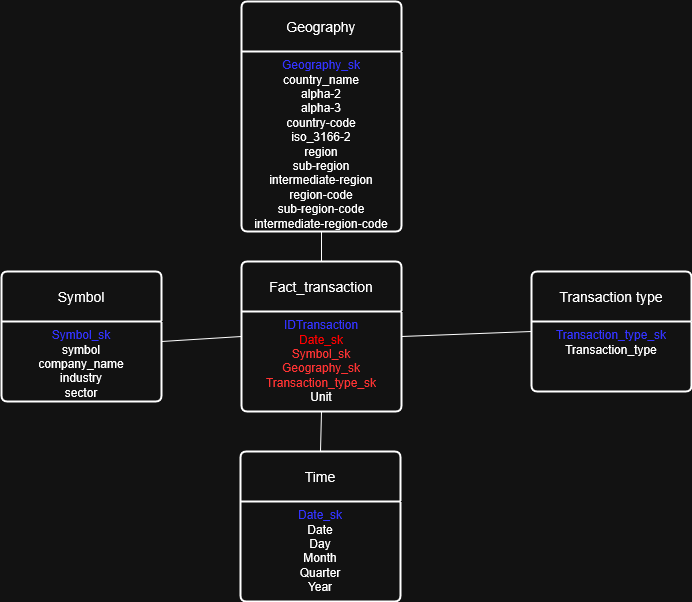
This is Homework3/Star_schema.png from andreaisaia00/Andrea-Isaia-BDA2026, a draw.io export, as it was before one commit. Source tidied: cells renumbered, new cells last; positions are measured from the earlier drawing's top-left corner, leaving out a move shared by most shapes. The source it was exported from:
```xml
<mxGraphModel>
  <root>
    <mxCell id="0" />
    <mxCell id="1" parent="0" />
    <mxCell id="2" style="edgeStyle=none;rounded=0;jettySize=auto;html=1;exitX=1;exitY=0.5;exitDx=0;exitDy=0;shape=wire;dashed=1;endArrow=none;endFill=0;" parent="1" edge="1" source="3">
      <mxGeometry relative="1" as="geometry">
        <mxPoint x="530" y="330" as="targetPoint" />
      </mxGeometry>
    </mxCell>
    <mxCell id="3" value="Fact_transaction" style="swimlane;horizontal=1;startSize=50;rounded=1;fontSize=14;fontStyle=0;strokeWidth=2;shadow=0;dashed=0;align=center;arcSize=4;whiteSpace=wrap;html=1;" parent="1" vertex="1">
      <mxGeometry x="240" y="260" width="160" height="150" as="geometry" />
    </mxCell>
    <mxCell id="4" value="&lt;div&gt;&lt;span style=&quot;color: light-dark(rgb(0, 0, 0), rgb(51, 51, 255));&quot;&gt;IDTransaction&lt;/span&gt;&lt;/div&gt;&lt;div&gt;&lt;span style=&quot;color: light-dark(rgb(0, 0, 0), rgb(255, 0, 0));&quot;&gt;Date_sk&lt;/span&gt;&lt;/div&gt;&lt;div&gt;&lt;span style=&quot;color: light-dark(transparent, rgb(255, 51, 51));&quot;&gt;Symbol_sk&lt;/span&gt;&lt;/div&gt;&lt;div&gt;&lt;span style=&quot;color: light-dark(rgb(0, 0, 0), rgb(255, 51, 51));&quot;&gt;Geography_sk&lt;/span&gt;&lt;/div&gt;&lt;div&gt;&lt;span style=&quot;color: light-dark(transparent, rgb(255, 51, 51));&quot;&gt;Transaction_type_sk&lt;/span&gt;&lt;/div&gt;&lt;div&gt;Unit&lt;/div&gt;" style="align=center;strokeColor=none;fillColor=none;spacingLeft=4;spacingRight=4;fontSize=12;verticalAlign=top;html=1;whiteSpace=wrap;" parent="3" vertex="1">
      <mxGeometry y="50" width="160" height="100" as="geometry" />
    </mxCell>
    <mxCell id="5" value="Transaction type" style="swimlane;horizontal=1;startSize=50;rounded=1;fontSize=14;fontStyle=0;strokeWidth=2;shadow=0;dashed=0;align=center;arcSize=4;whiteSpace=wrap;html=1;" parent="1" vertex="1">
      <mxGeometry x="530" y="270" width="160" height="120" as="geometry" />
    </mxCell>
    <mxCell id="6" value="&lt;div&gt;&lt;span style=&quot;color: light-dark(rgb(0, 0, 0), rgb(51, 51, 255));&quot;&gt;Transaction_type_sk&lt;/span&gt;&lt;/div&gt;&lt;div&gt;Transaction_type&lt;/div&gt;" style="align=center;strokeColor=none;fillColor=none;spacingLeft=4;spacingRight=4;fontSize=12;verticalAlign=top;html=1;whiteSpace=wrap;" parent="5" vertex="1">
      <mxGeometry y="50" width="160" height="70" as="geometry" />
    </mxCell>
    <mxCell id="7" style="edgeStyle=none;rounded=0;jettySize=auto;html=1;exitX=0.5;exitY=0;exitDx=0;exitDy=0;entryX=0.5;entryY=1;entryDx=0;entryDy=0;endArrow=none;endFill=0;" parent="1" edge="1" source="8" target="4">
      <mxGeometry relative="1" as="geometry" />
    </mxCell>
    <mxCell id="8" value="Time" style="swimlane;horizontal=1;startSize=50;rounded=1;fontSize=14;fontStyle=0;strokeWidth=2;shadow=0;dashed=0;align=center;arcSize=4;whiteSpace=wrap;html=1;" parent="1" vertex="1">
      <mxGeometry x="239" y="450" width="160" height="150" as="geometry" />
    </mxCell>
    <mxCell id="9" value="&lt;div align=&quot;center&quot;&gt;&lt;span style=&quot;color: light-dark(rgb(0, 0, 0), rgb(51, 51, 255));&quot;&gt;Date_sk&lt;/span&gt;&lt;/div&gt;&lt;div align=&quot;center&quot;&gt;Date&lt;/div&gt;&lt;div align=&quot;center&quot;&gt;Day&lt;/div&gt;&lt;div align=&quot;center&quot;&gt;Month&lt;/div&gt;&lt;div align=&quot;center&quot;&gt;Quarter&lt;/div&gt;&lt;div align=&quot;center&quot;&gt;Year&lt;/div&gt;" style="align=center;strokeColor=none;fillColor=none;spacingLeft=4;spacingRight=4;fontSize=12;verticalAlign=top;html=1;whiteSpace=wrap;" parent="8" vertex="1">
      <mxGeometry y="50" width="160" height="100" as="geometry" />
    </mxCell>
    <mxCell id="10" value="Symbol" style="swimlane;horizontal=1;startSize=50;rounded=1;fontSize=14;fontStyle=0;strokeWidth=2;shadow=0;dashed=0;align=center;arcSize=4;whiteSpace=wrap;html=1;" parent="1" vertex="1">
      <mxGeometry y="270" width="160" height="130" as="geometry" />
    </mxCell>
    <mxCell id="11" value="&lt;div align=&quot;center&quot;&gt;&lt;span style=&quot;color: light-dark(rgb(0, 0, 0), rgb(51, 51, 255));&quot;&gt;Symbol_sk&lt;/span&gt;&lt;/div&gt;&lt;div align=&quot;center&quot;&gt;symbol&lt;/div&gt;&lt;div align=&quot;center&quot;&gt;company_name&lt;/div&gt;&lt;div align=&quot;center&quot;&gt;industry&lt;/div&gt;&lt;div align=&quot;center&quot;&gt;sector&lt;/div&gt;" style="align=center;strokeColor=none;fillColor=none;spacingLeft=4;spacingRight=4;fontSize=12;verticalAlign=top;html=1;whiteSpace=wrap;" parent="10" vertex="1">
      <mxGeometry y="50" width="160" height="80" as="geometry" />
    </mxCell>
    <mxCell id="12" style="edgeStyle=none;rounded=0;jettySize=auto;html=1;exitX=0;exitY=0.25;exitDx=0;exitDy=0;entryX=1;entryY=0.25;entryDx=0;entryDy=0;endArrow=none;endFill=0;" parent="1" edge="1" source="4" target="11">
      <mxGeometry relative="1" as="geometry" />
    </mxCell>
    <mxCell id="13" value="Geography" style="swimlane;horizontal=1;startSize=50;rounded=1;fontSize=14;fontStyle=0;strokeWidth=2;shadow=0;dashed=0;align=center;arcSize=4;whiteSpace=wrap;html=1;" parent="1" vertex="1">
      <mxGeometry x="240" width="160" height="230" as="geometry" />
    </mxCell>
    <mxCell id="14" value="&lt;div&gt;&lt;span style=&quot;color: light-dark(rgb(0, 0, 0), rgb(51, 51, 255));&quot;&gt;Geography_sk&lt;/span&gt;&lt;/div&gt;&lt;div&gt;country_name&lt;/div&gt;&lt;div&gt;alpha-2&lt;/div&gt;&lt;div&gt;alpha-3&lt;/div&gt;&lt;div&gt;country-code&lt;/div&gt;&lt;div&gt;iso_3166-2&lt;/div&gt;&lt;div&gt;region&lt;/div&gt;&lt;div&gt;sub-region&lt;/div&gt;&lt;div&gt;intermediate-region&lt;/div&gt;&lt;div&gt;region-code&lt;/div&gt;&lt;div&gt;sub-region-code&lt;/div&gt;&lt;div&gt;intermediate-region-code&lt;/div&gt;&lt;div&gt;&lt;br&gt;&lt;/div&gt;&lt;div&gt;&lt;br&gt;&lt;/div&gt;" style="align=center;strokeColor=none;fillColor=none;spacingLeft=4;spacingRight=4;fontSize=12;verticalAlign=top;html=1;whiteSpace=wrap;" parent="13" vertex="1">
      <mxGeometry y="50" width="160" height="180" as="geometry" />
    </mxCell>
    <mxCell id="15" style="edgeStyle=none;rounded=0;jettySize=auto;html=1;exitX=0.5;exitY=1;exitDx=0;exitDy=0;entryX=0.5;entryY=0;entryDx=0;entryDy=0;endArrow=none;endFill=0;" parent="1" edge="1" source="14" target="3">
      <mxGeometry relative="1" as="geometry" />
    </mxCell>
  </root>
</mxGraphModel>
```
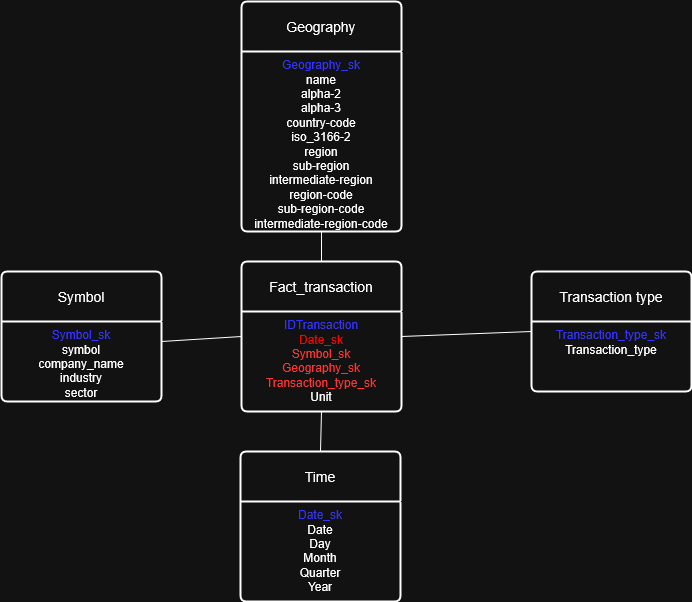
Above is the later version.

Commit message:
Completed part2

What changed in the source:
```diff
@@ -40,7 +40,7 @@
     <mxCell id="13" value="Geography" style="swimlane;horizontal=1;startSize=50;rounded=1;fontSize=14;fontStyle=0;strokeWidth=2;shadow=0;dashed=0;align=center;arcSize=4;whiteSpace=wrap;html=1;" parent="1" vertex="1">
       <mxGeometry x="240" width="160" height="230" as="geometry" />
     </mxCell>
-    <mxCell id="14" value="&lt;div&gt;&lt;span style=&quot;color: light-dark(rgb(0, 0, 0), rgb(51, 51, 255));&quot;&gt;Geography_sk&lt;/span&gt;&lt;/div&gt;&lt;div&gt;country_name&lt;/div&gt;&lt;div&gt;alpha-2&lt;/div&gt;&lt;div&gt;alpha-3&lt;/div&gt;&lt;div&gt;country-code&lt;/div&gt;&lt;div&gt;iso_3166-2&lt;/div&gt;&lt;div&gt;region&lt;/div&gt;&lt;div&gt;sub-region&lt;/div&gt;&lt;div&gt;intermediate-region&lt;/div&gt;&lt;div&gt;region-code&lt;/div&gt;&lt;div&gt;sub-region-code&lt;/div&gt;&lt;div&gt;intermediate-region-code&lt;/div&gt;&lt;div&gt;&lt;br&gt;&lt;/div&gt;&lt;div&gt;&lt;br&gt;&lt;/div&gt;" style="align=center;strokeColor=none;fillColor=none;spacingLeft=4;spacingRight=4;fontSize=12;verticalAlign=top;html=1;whiteSpace=wrap;" parent="13" vertex="1">
+    <mxCell id="14" value="&lt;div&gt;&lt;span style=&quot;color: light-dark(rgb(0, 0, 0), rgb(51, 51, 255));&quot;&gt;Geography_sk&lt;/span&gt;&lt;/div&gt;&lt;div&gt;name&lt;/div&gt;&lt;div&gt;alpha-2&lt;/div&gt;&lt;div&gt;alpha-3&lt;/div&gt;&lt;div&gt;country-code&lt;/div&gt;&lt;div&gt;iso_3166-2&lt;/div&gt;&lt;div&gt;region&lt;/div&gt;&lt;div&gt;sub-region&lt;/div&gt;&lt;div&gt;intermediate-region&lt;/div&gt;&lt;div&gt;region-code&lt;/div&gt;&lt;div&gt;sub-region-code&lt;/div&gt;&lt;div&gt;intermediate-region-code&lt;/div&gt;&lt;div&gt;&lt;br&gt;&lt;/div&gt;&lt;div&gt;&lt;br&gt;&lt;/div&gt;" style="align=center;strokeColor=none;fillColor=none;spacingLeft=4;spacingRight=4;fontSize=12;verticalAlign=top;html=1;whiteSpace=wrap;" parent="13" vertex="1">
       <mxGeometry y="50" width="160" height="180" as="geometry" />
     </mxCell>
     <mxCell id="15" style="edgeStyle=none;rounded=0;jettySize=auto;html=1;exitX=0.5;exitY=1;exitDx=0;exitDy=0;entryX=0.5;entryY=0;entryDx=0;entryDy=0;endArrow=none;endFill=0;" parent="1" edge="1" source="14" target="3">
```
